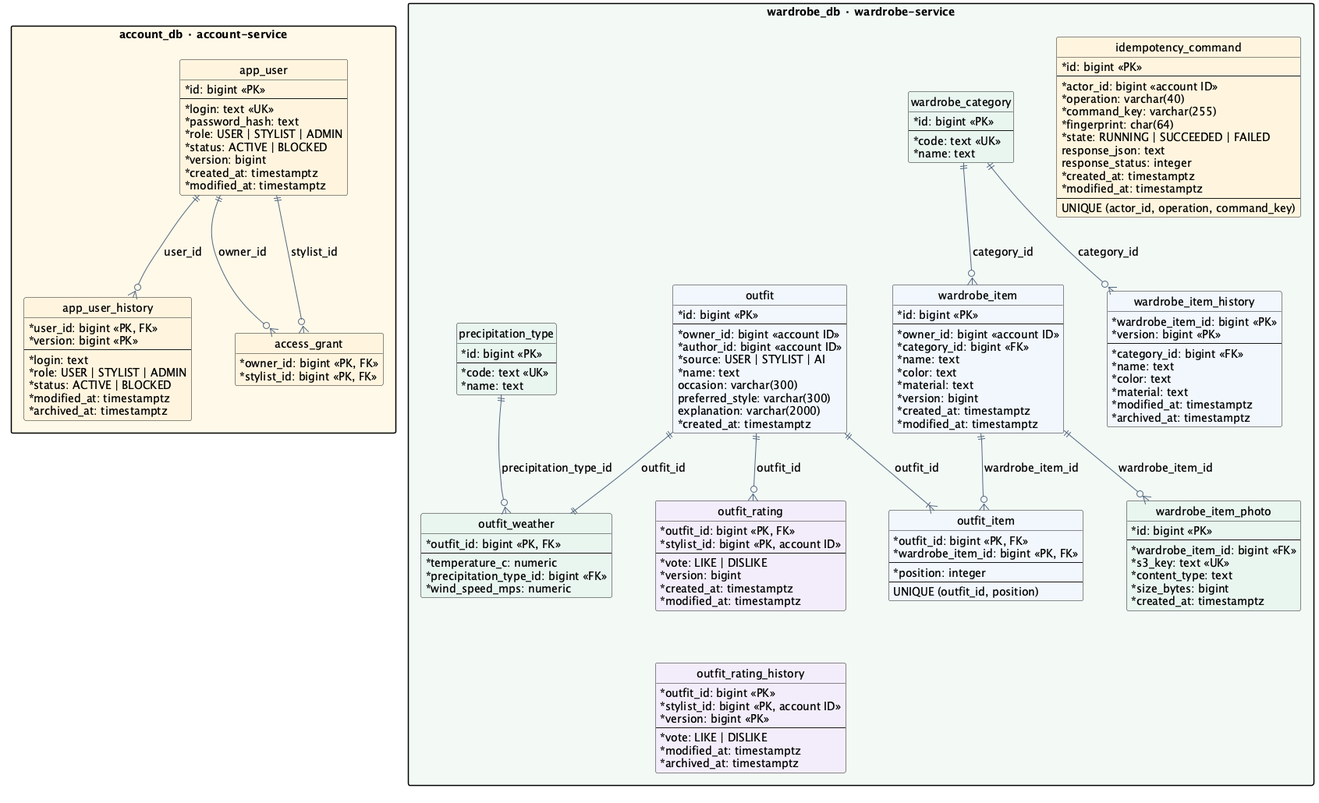
Above: docs/lab2/diagrams/data.png in SimeonGor/clothes-advisor (PlantUML), before the change.
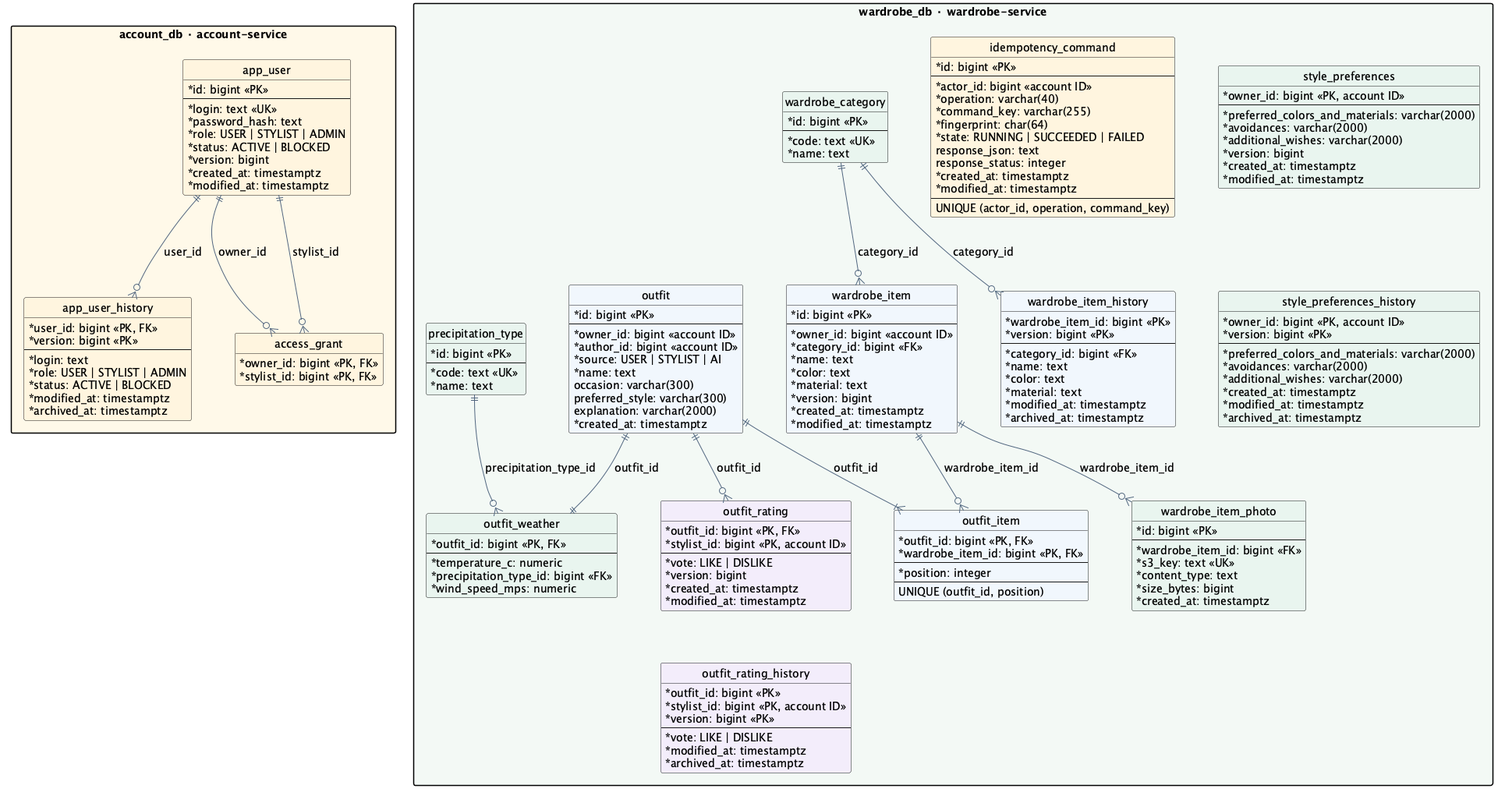
Later version of the same file.

Commit message:
docs(lab2): describe style preference contracts and data

Change to the diagram source:
```diff
@@ -44,6 +44,28 @@
 }
 
 package "wardrobe_db · wardrobe-service" as wardrobe #F2F8F5 {
+  entity "style_preferences" as preferences #E8F5EF {
+    * owner_id: bigint <<PK, account ID>>
+    --
+    * preferred_colors_and_materials: varchar(2000)
+    * avoidances: varchar(2000)
+    * additional_wishes: varchar(2000)
+    * version: bigint
+    * created_at: timestamptz
+    * modified_at: timestamptz
+  }
+  entity "style_preferences_history" as preferences_history #E8F5EF {
+    * owner_id: bigint <<PK, account ID>>
+    * version: bigint <<PK>>
+    --
+    * preferred_colors_and_materials: varchar(2000)
+    * avoidances: varchar(2000)
+    * additional_wishes: varchar(2000)
+    * created_at: timestamptz
+    * modified_at: timestamptz
+    * archived_at: timestamptz
+  }
+  preferences -[hidden]down-> preferences_history
   entity "idempotency_command" as command #FFF5DF {
     * id: bigint <<PK>>
     --
```
